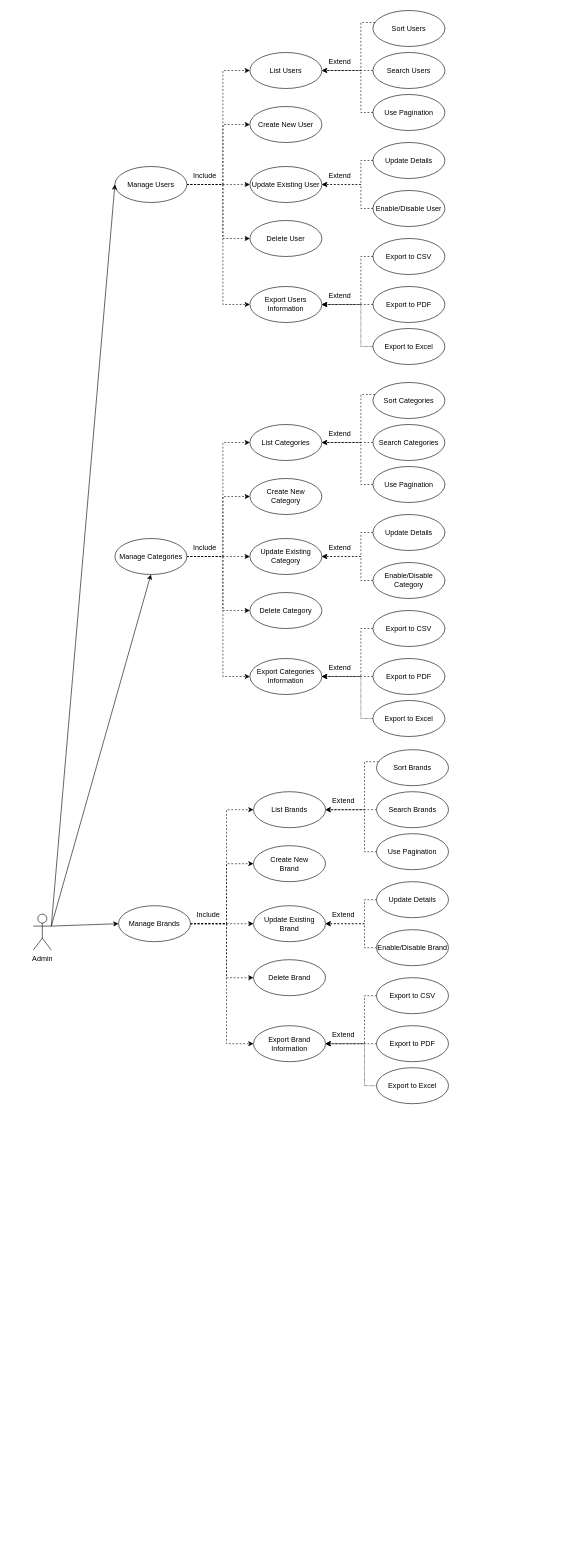
Before: page "Admin" (2 of 3) of 03-Solution Design/02-Use Case, Classes, Database/Use Case.drawio in Chufeng-Jiang/Java_SpringBoot_DubaiShop_E-Commerce, a draw.io diagram. Source tidied: cells renumbered, new cells numbered last; positions are measured from the earlier drawing's top-left corner, leaving out a move shared by most shapes. Both pictures are drawn from the tidied source at 60%, with x=0, y=0 at pixel (33, 10).
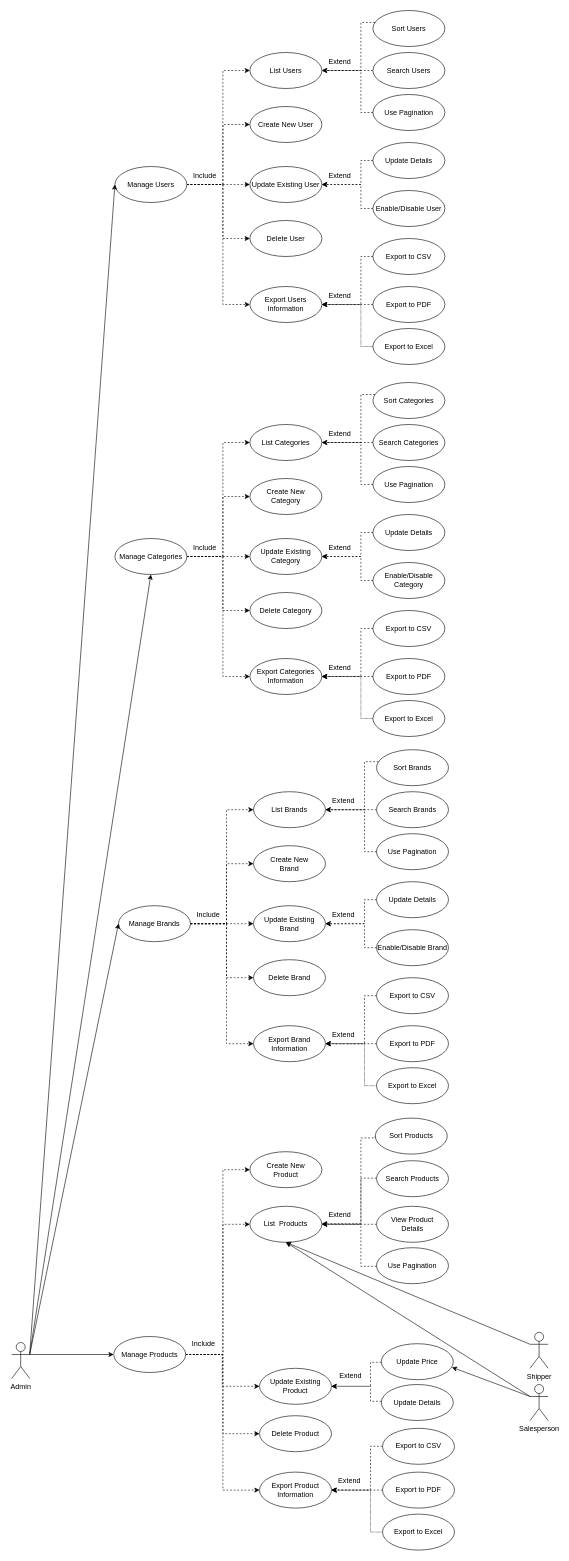
The same page after the edit.

Commit message (it also covers changes not shown here):
Add Use Case Diagram-Product Module

Change to the diagram source:
```diff
@@
     <mxCell id="2" value="Admin" style="shape=umlActor;html=1;verticalLabelPosition=bottom;verticalAlign=top;align=center;" parent="1" vertex="1">
-      <mxGeometry y="1506" width="30" height="60" as="geometry" />
+      <mxGeometry x="-36" y="2220" width="30" height="60" as="geometry" />
     </mxCell>
@@
+    <mxCell id="99" style="edgeStyle=orthogonalEdgeStyle;rounded=0;jettySize=auto;html=1;entryX=0;entryY=0.5;entryDx=0;entryDy=0;dashed=1;" parent="1" edge="1" source="104" target="106">
+      <mxGeometry relative="1" as="geometry">
+        <Array as="points">
+          <mxPoint x="316" y="2240" />
+          <mxPoint x="316" y="2023" />
+        </Array>
+      </mxGeometry>
+    </mxCell>
+    <mxCell id="100" style="edgeStyle=orthogonalEdgeStyle;rounded=0;jettySize=auto;html=1;entryX=0;entryY=0.5;entryDx=0;entryDy=0;dashed=1;" parent="1" edge="1" source="104" target="112">
+      <mxGeometry relative="1" as="geometry">
+        <Array as="points">
+          <mxPoint x="316" y="2240" />
+          <mxPoint x="316" y="1932" />
+        </Array>
+      </mxGeometry>
+    </mxCell>
+    <mxCell id="101" style="edgeStyle=orthogonalEdgeStyle;rounded=0;jettySize=auto;html=1;entryX=0;entryY=0.5;entryDx=0;entryDy=0;dashed=1;" parent="1" edge="1" source="104" target="113">
+      <mxGeometry relative="1" as="geometry">
+        <Array as="points">
+          <mxPoint x="315" y="2240" />
+          <mxPoint x="315" y="2293" />
+        </Array>
+      </mxGeometry>
+    </mxCell>
+    <mxCell id="102" style="edgeStyle=orthogonalEdgeStyle;rounded=0;jettySize=auto;html=1;entryX=0;entryY=0.5;entryDx=0;entryDy=0;dashed=1;" parent="1" edge="1" source="104" target="105">
+      <mxGeometry relative="1" as="geometry">
+        <Array as="points">
+          <mxPoint x="316" y="2240" />
+          <mxPoint x="316" y="2372" />
+        </Array>
+      </mxGeometry>
+    </mxCell>
+    <mxCell id="103" style="edgeStyle=orthogonalEdgeStyle;rounded=0;jettySize=auto;html=1;entryX=0;entryY=0.5;entryDx=0;entryDy=0;dashed=1;" parent="1" edge="1" source="104" target="118">
+      <mxGeometry relative="1" as="geometry">
+        <Array as="points">
+          <mxPoint x="316" y="2240" />
+          <mxPoint x="316" y="2466" />
+        </Array>
+      </mxGeometry>
+    </mxCell>
+    <mxCell id="104" value="Manage Products" style="shape=ellipse;html=1;strokeWidth=1;fontStyle=0;whiteSpace=wrap;align=center;perimeter=ellipsePerimeter;" parent="1" vertex="1">
+      <mxGeometry x="134" y="2210" width="120" height="60" as="geometry" />
+    </mxCell>
+    <mxCell id="105" value="&lt;div&gt;Delete Product&lt;/div&gt;" style="shape=ellipse;html=1;strokeWidth=1;fontStyle=0;whiteSpace=wrap;align=center;perimeter=ellipsePerimeter;" parent="1" vertex="1">
+      <mxGeometry x="377" y="2342" width="120" height="60" as="geometry" />
+    </mxCell>
+    <mxCell id="106" value="&lt;div&gt;List&amp;nbsp; Products&lt;/div&gt;" style="shape=ellipse;html=1;strokeWidth=1;fontStyle=0;whiteSpace=wrap;align=center;perimeter=ellipsePerimeter;" parent="1" vertex="1">
+      <mxGeometry x="361" y="1993" width="120" height="60" as="geometry" />
+    </mxCell>
+    <mxCell id="107" style="edgeStyle=orthogonalEdgeStyle;rounded=0;jettySize=auto;html=1;entryX=1;entryY=0.5;entryDx=0;entryDy=0;dashed=1;exitX=0;exitY=0.5;exitDx=0;exitDy=0;" parent="1" edge="1" source="108" target="106">
+      <mxGeometry relative="1" as="geometry">
+        <Array as="points">
+          <mxPoint x="570" y="1879" />
+          <mxPoint x="546" y="1879" />
+          <mxPoint x="546" y="2023" />
+        </Array>
+      </mxGeometry>
+    </mxCell>
+    <mxCell id="108" value="&lt;div&gt;Sort Products&lt;/div&gt;" style="shape=ellipse;html=1;strokeWidth=1;fontStyle=0;whiteSpace=wrap;align=center;perimeter=ellipsePerimeter;" parent="1" vertex="1">
+      <mxGeometry x="570" y="1846" width="120" height="60" as="geometry" />
+    </mxCell>
+    <mxCell id="109" style="edgeStyle=orthogonalEdgeStyle;rounded=0;orthogonalLoop=1;jettySize=auto;html=1;entryX=1;entryY=0.5;entryDx=0;entryDy=0;dashed=1;" parent="1" edge="1">
+      <mxGeometry relative="1" as="geometry">
+        <mxPoint x="572" y="1946" as="sourcePoint" />
+        <mxPoint x="481" y="2022" as="targetPoint" />
+        <Array as="points">
+          <mxPoint x="546" y="1946" />
+          <mxPoint x="546" y="2022" />
+        </Array>
+      </mxGeometry>
+    </mxCell>
+    <mxCell id="110" value="&lt;div&gt;Search Products&lt;/div&gt;" style="shape=ellipse;html=1;strokeWidth=1;fontStyle=0;whiteSpace=wrap;align=center;perimeter=ellipsePerimeter;" parent="1" vertex="1">
+      <mxGeometry x="572" y="1917" width="120" height="60" as="geometry" />
+    </mxCell>
+    <mxCell id="111" value="Use Pagination" style="shape=ellipse;html=1;strokeWidth=1;fontStyle=0;whiteSpace=wrap;align=center;perimeter=ellipsePerimeter;" parent="1" vertex="1">
+      <mxGeometry x="572" y="2062" width="120" height="60" as="geometry" />
+    </mxCell>
+    <mxCell id="112" value="&lt;div&gt;Create New &lt;br&gt;&lt;/div&gt;&lt;div&gt;Product&lt;/div&gt;" style="shape=ellipse;html=1;strokeWidth=1;fontStyle=0;whiteSpace=wrap;align=center;perimeter=ellipsePerimeter;" parent="1" vertex="1">
+      <mxGeometry x="361" y="1902" width="120" height="60" as="geometry" />
+    </mxCell>
+    <mxCell id="113" value="&lt;div&gt;Update Existing Product&lt;/div&gt;" style="shape=ellipse;html=1;strokeWidth=1;fontStyle=0;whiteSpace=wrap;align=center;perimeter=ellipsePerimeter;" parent="1" vertex="1">
+      <mxGeometry x="377" y="2263" width="120" height="60" as="geometry" />
+    </mxCell>
+    <mxCell id="114" style="edgeStyle=orthogonalEdgeStyle;rounded=0;jettySize=auto;html=1;entryX=1;entryY=0.5;entryDx=0;entryDy=0;dashed=1;" parent="1" edge="1" source="115" target="113">
+      <mxGeometry relative="1" as="geometry">
+        <Array as="points">
+          <mxPoint x="562" y="2318" />
+          <mxPoint x="562" y="2293" />
+        </Array>
+      </mxGeometry>
+    </mxCell>
+    <mxCell id="115" value="Update Details" style="shape=ellipse;html=1;strokeWidth=1;fontStyle=0;whiteSpace=wrap;align=center;perimeter=ellipsePerimeter;" parent="1" vertex="1">
+      <mxGeometry x="580" y="2290" width="120" height="60" as="geometry" />
+    </mxCell>
+    <mxCell id="116" style="edgeStyle=orthogonalEdgeStyle;rounded=0;jettySize=auto;html=1;entryX=1;entryY=0.5;entryDx=0;entryDy=0;dashed=1;" parent="1" edge="1" source="117" target="113">
+      <mxGeometry relative="1" as="geometry">
+        <Array as="points">
+          <mxPoint x="562" y="2253" />
+          <mxPoint x="562" y="2293" />
+        </Array>
+      </mxGeometry>
+    </mxCell>
+    <mxCell id="117" value="Update Price" style="shape=ellipse;html=1;strokeWidth=1;fontStyle=0;whiteSpace=wrap;align=center;perimeter=ellipsePerimeter;" parent="1" vertex="1">
+      <mxGeometry x="580" y="2222" width="120" height="60" as="geometry" />
+    </mxCell>
+    <mxCell id="118" value="Export Product Information" style="shape=ellipse;html=1;strokeWidth=1;fontStyle=0;whiteSpace=wrap;align=center;perimeter=ellipsePerimeter;" parent="1" vertex="1">
+      <mxGeometry x="377" y="2436" width="120" height="60" as="geometry" />
+    </mxCell>
+    <mxCell id="119" style="edgeStyle=orthogonalEdgeStyle;rounded=0;jettySize=auto;html=1;entryX=1;entryY=0.5;entryDx=0;entryDy=0;dashed=1;" parent="1" edge="1" source="120" target="118">
+      <mxGeometry relative="1" as="geometry">
+        <Array as="points">
+          <mxPoint x="562" y="2393" />
+          <mxPoint x="562" y="2466" />
+        </Array>
+      </mxGeometry>
+    </mxCell>
+    <mxCell id="120" value="Export to CSV" style="shape=ellipse;html=1;strokeWidth=1;fontStyle=0;whiteSpace=wrap;align=center;perimeter=ellipsePerimeter;" parent="1" vertex="1">
+      <mxGeometry x="582" y="2363" width="120" height="60" as="geometry" />
+    </mxCell>
+    <mxCell id="121" style="edgeStyle=orthogonalEdgeStyle;rounded=0;jettySize=auto;html=1;entryX=1;entryY=0.5;entryDx=0;entryDy=0;dashed=1;" parent="1" edge="1" source="122" target="118">
+      <mxGeometry relative="1" as="geometry">
+        <Array as="points">
+          <mxPoint x="532" y="2466" />
+          <mxPoint x="532" y="2466" />
+        </Array>
+      </mxGeometry>
+    </mxCell>
+    <mxCell id="122" value="Export to PDF" style="shape=ellipse;html=1;strokeWidth=1;fontStyle=0;whiteSpace=wrap;align=center;perimeter=ellipsePerimeter;" parent="1" vertex="1">
+      <mxGeometry x="582" y="2436" width="120" height="60" as="geometry" />
+    </mxCell>
+    <mxCell id="123" style="edgeStyle=orthogonalEdgeStyle;rounded=0;jettySize=auto;html=1;entryX=1;entryY=0.5;entryDx=0;entryDy=0;dashed=1;dashPattern=1 1;" parent="1" edge="1" source="124" target="118">
+      <mxGeometry relative="1" as="geometry">
+        <Array as="points">
+          <mxPoint x="562" y="2536" />
+          <mxPoint x="562" y="2466" />
+        </Array>
+      </mxGeometry>
+    </mxCell>
+    <mxCell id="124" value="Export to Excel" style="shape=ellipse;html=1;strokeWidth=1;fontStyle=0;whiteSpace=wrap;align=center;perimeter=ellipsePerimeter;" parent="1" vertex="1">
+      <mxGeometry x="582" y="2506" width="120" height="60" as="geometry" />
+    </mxCell>
+    <mxCell id="125" value="Include" style="text;html=1;strokeColor=none;fillColor=none;align=center;verticalAlign=middle;whiteSpace=wrap;rounded=0;" parent="1" vertex="1">
+      <mxGeometry x="254" y="2207" width="60" height="30" as="geometry" />
+    </mxCell>
+    <mxCell id="126" value="Extend" style="text;html=1;strokeColor=none;fillColor=none;align=center;verticalAlign=middle;whiteSpace=wrap;rounded=0;" parent="1" vertex="1">
+      <mxGeometry x="481" y="1993" width="60" height="30" as="geometry" />
+    </mxCell>
+    <mxCell id="127" style="edgeStyle=orthogonalEdgeStyle;rounded=0;jettySize=auto;html=1;dashed=1;endArrow=none;" parent="1" edge="1" source="111">
+      <mxGeometry relative="1" as="geometry">
+        <mxPoint x="486" y="2023" as="targetPoint" />
+        <Array as="points">
+          <mxPoint x="546" y="2093" />
+          <mxPoint x="546" y="2023" />
+        </Array>
+      </mxGeometry>
+    </mxCell>
+    <mxCell id="128" value="Extend" style="text;html=1;strokeColor=none;fillColor=none;align=center;verticalAlign=middle;whiteSpace=wrap;rounded=0;" parent="1" vertex="1">
+      <mxGeometry x="499" y="2260" width="60" height="30" as="geometry" />
+    </mxCell>
+    <mxCell id="129" value="Extend" style="text;html=1;strokeColor=none;fillColor=none;align=center;verticalAlign=middle;whiteSpace=wrap;rounded=0;" parent="1" vertex="1">
+      <mxGeometry x="497" y="2436" width="60" height="30" as="geometry" />
+    </mxCell>
+    <mxCell id="130" style="edgeStyle=orthogonalEdgeStyle;rounded=0;jettySize=auto;html=1;dashed=1;" parent="1" edge="1" source="131" target="106">
+      <mxGeometry relative="1" as="geometry">
+        <Array as="points">
+          <mxPoint x="524" y="2023" />
+          <mxPoint x="524" y="2023" />
+        </Array>
+      </mxGeometry>
+    </mxCell>
+    <mxCell id="131" value="&lt;div&gt;View Product &lt;br&gt;&lt;/div&gt;&lt;div&gt;Details&lt;br&gt;&lt;/div&gt;" style="shape=ellipse;html=1;strokeWidth=1;fontStyle=0;whiteSpace=wrap;align=center;perimeter=ellipsePerimeter;" parent="1" vertex="1">
+      <mxGeometry x="572" y="1993" width="120" height="60" as="geometry" />
+    </mxCell>
+    <mxCell id="132" style="endArrow=classic;html=1;rounded=0;exitX=1;exitY=0.3333333333333333;exitDx=0;exitDy=0;exitPerimeter=0;entryX=0;entryY=0.5;entryDx=0;entryDy=0;" parent="1" edge="1" source="2" target="104">
+      <mxGeometry relative="1" as="geometry" />
+    </mxCell>
+    <mxCell id="133" value="Salesperson" style="shape=umlActor;html=1;verticalLabelPosition=bottom;verticalAlign=top;align=center;" parent="1" vertex="1">
+      <mxGeometry x="828" y="2290" width="30" height="60" as="geometry" />
+    </mxCell>
+    <mxCell id="134" style="endArrow=classic;html=1;rounded=0;exitX=0;exitY=0.3333333333333333;exitDx=0;exitDy=0;exitPerimeter=0;entryX=0.5;entryY=1;entryDx=0;entryDy=0;" parent="1" edge="1" source="133" target="106">
+      <mxGeometry relative="1" as="geometry" />
+    </mxCell>
+    <mxCell id="135" value="Shipper" style="shape=umlActor;html=1;verticalLabelPosition=bottom;verticalAlign=top;align=center;" parent="1" vertex="1">
+      <mxGeometry x="828" y="2203" width="30" height="60" as="geometry" />
+    </mxCell>
+    <mxCell id="136" style="endArrow=classic;html=1;rounded=0;exitX=0;exitY=0.3333333333333333;exitDx=0;exitDy=0;exitPerimeter=0;entryX=0.981;entryY=0.656;entryDx=0;entryDy=0;entryPerimeter=0;" parent="1" edge="1" source="133" target="117">
+      <mxGeometry relative="1" as="geometry" />
+    </mxCell>
+    <mxCell id="137" style="endArrow=classic;html=1;rounded=0;exitX=0;exitY=0.3333333333333333;exitDx=0;exitDy=0;exitPerimeter=0;entryX=0.5;entryY=1;entryDx=0;entryDy=0;" parent="1" edge="1" source="135" target="106">
+      <mxGeometry relative="1" as="geometry" />
+    </mxCell>
```
